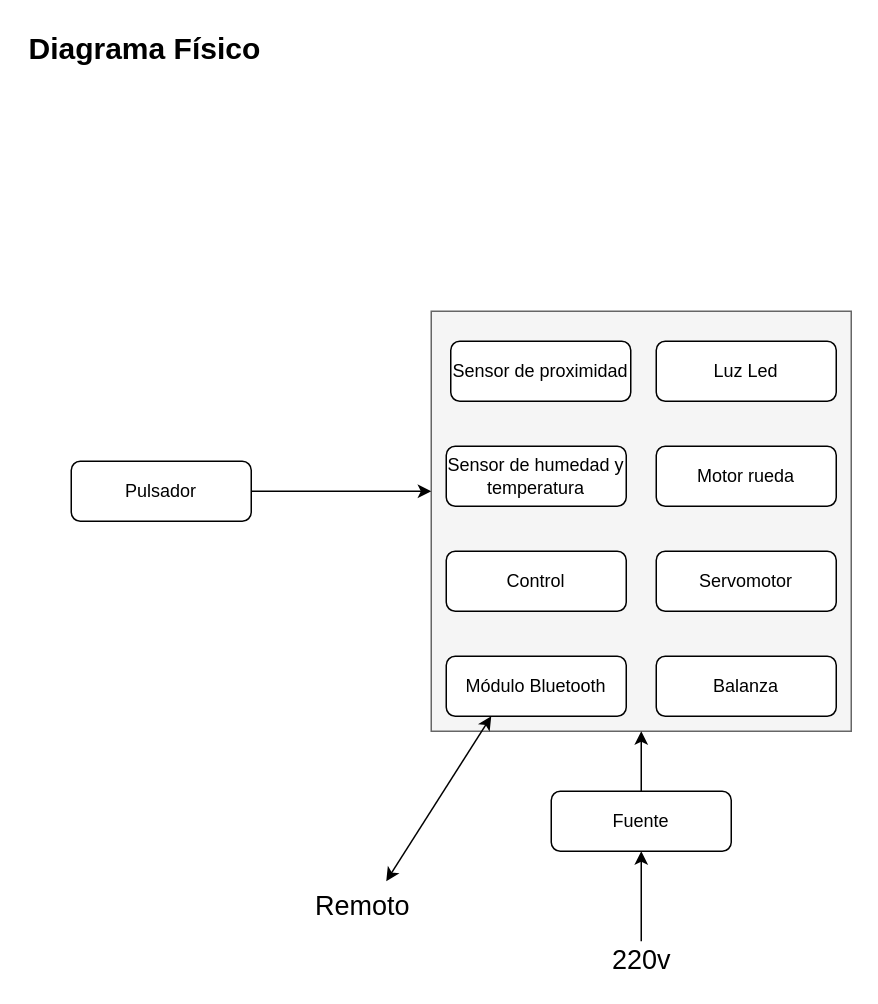
ada-lovelace-progra/AsistenteDeCocina keeps this draw.io diagram as Sistema-Embebido/Diagramas/Físico.drawio. Above is the earlier version. Source tidied: cells renumbered, new cells numbered last; positions are measured from the earlier drawing's top-left corner, leaving out a move shared by most shapes. Both pictures are drawn from the tidied source at 150%, with x=0, y=0 at pixel (26, 26).
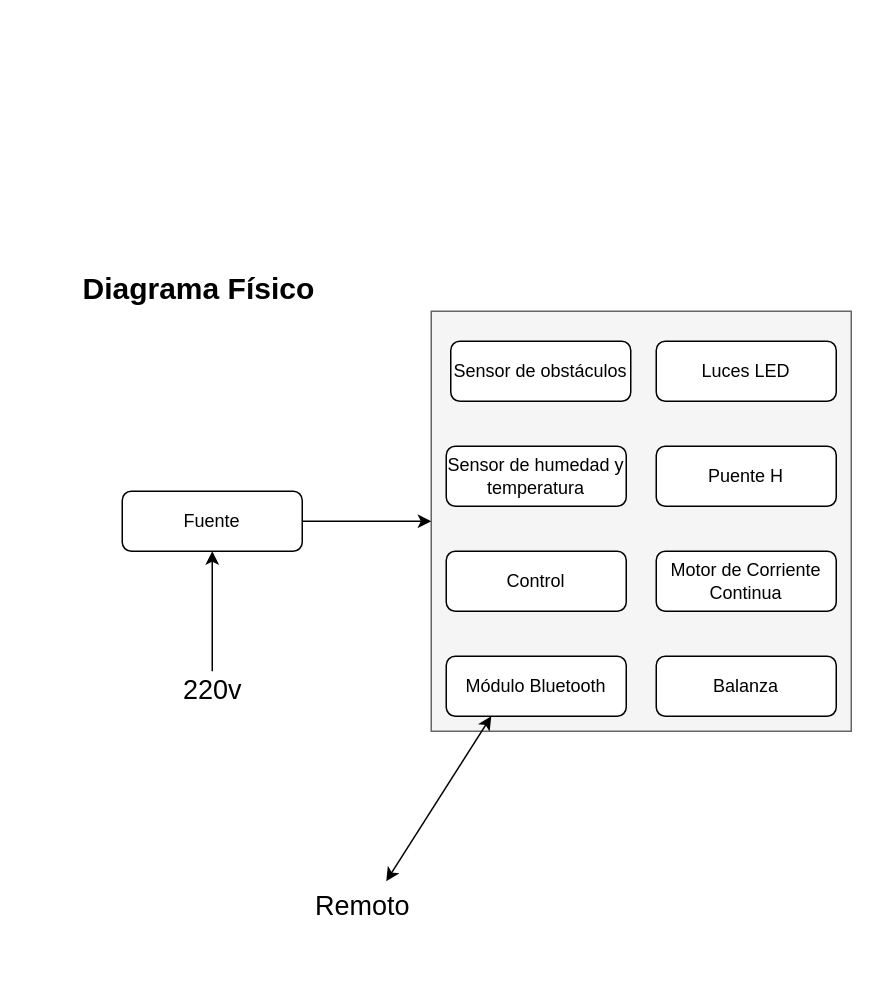
The same diagram, later.

Unchanged cells that the change refers to:
```xml
<mxCell id="2" style="rounded=0;whiteSpace=wrap;html=1;align=center;fillColor=#f5f5f5;strokeColor=#666666;fontColor=#333333;" parent="1" vertex="1">
  <mxGeometry x="270" y="190" width="280" height="280" as="geometry" />
</mxCell>
```

Diff of the diagram source:
```diff
@@
     <mxCell id="3" value="Diagrama Físico" style="text;html=1;align=left;verticalAlign=top;spacingTop=-4;fontSize=20;fontStyle=1;" parent="1" vertex="1">
-      <mxGeometry width="160" height="30" as="geometry" />
+      <mxGeometry x="36" y="160" width="160" height="30" as="geometry" />
     </mxCell>
-    <mxCell id="4" style="edgeStyle=orthogonalEdgeStyle;rounded=0;jettySize=auto;html=1;exitX=1;exitY=0.5;exitDx=0;exitDy=0;entryX=0;entryY=0.5;entryDx=0;entryDy=0;startArrow=none;startFill=0;" parent="1" edge="1" source="5">
-      <mxGeometry relative="1" as="geometry">
-        <mxPoint x="270" y="310" as="targetPoint" />
-      </mxGeometry>
-    </mxCell>
-    <mxCell id="5" value="Pulsador" style="rounded=1;whiteSpace=wrap;html=1;" parent="1" vertex="1">
-      <mxGeometry x="30" y="290" width="120" height="40" as="geometry" />
-    </mxCell>
@@
-    <mxCell id="11" value="Sensor de proximidad" style="rounded=1;whiteSpace=wrap;html=1;" parent="1" vertex="1">
+    <mxCell id="11" value="Sensor de obstáculos" style="rounded=1;whiteSpace=wrap;html=1;" parent="1" vertex="1">
       <mxGeometry x="283" y="210" width="120" height="40" as="geometry" />
     </mxCell>
@@
-    <mxCell id="13" value="Servomotor" style="rounded=1;whiteSpace=wrap;html=1;" parent="1" vertex="1">
+    <mxCell id="13" value="Motor de Corriente Continua" style="rounded=1;whiteSpace=wrap;html=1;" parent="1" vertex="1">
       <mxGeometry x="420" y="350" width="120" height="40" as="geometry" />
     </mxCell>
-    <mxCell id="14" value="Motor rueda" style="rounded=1;whiteSpace=wrap;html=1;" parent="1" vertex="1">
+    <mxCell id="14" value="Puente H" style="rounded=1;whiteSpace=wrap;html=1;" parent="1" vertex="1">
       <mxGeometry x="420" y="280" width="120" height="40" as="geometry" />
     </mxCell>
-    <mxCell id="15" value="Luz Led" style="rounded=1;whiteSpace=wrap;html=1;" parent="1" vertex="1">
+    <mxCell id="15" value="Luces LED" style="rounded=1;whiteSpace=wrap;html=1;" parent="1" vertex="1">
       <mxGeometry x="420" y="210" width="120" height="40" as="geometry" />
     </mxCell>
-    <mxCell id="16" style="edgeStyle=orthogonalEdgeStyle;rounded=0;jettySize=auto;html=1;exitX=0.5;exitY=0;exitDx=0;exitDy=0;entryX=0.5;entryY=1;entryDx=0;entryDy=0;startArrow=none;startFill=0;" parent="1" edge="1" source="17" target="2">
+    <mxCell id="16" style="edgeStyle=orthogonalEdgeStyle;rounded=0;jettySize=auto;html=1;exitX=1;exitY=0.5;exitDx=0;exitDy=0;entryX=0;entryY=0.5;entryDx=0;entryDy=0;" parent="1" edge="1" source="17" target="2">
       <mxGeometry relative="1" as="geometry" />
     </mxCell>
     <mxCell id="17" value="Fuente" style="rounded=1;whiteSpace=wrap;html=1;" parent="1" vertex="1">
-      <mxGeometry x="350" y="510" width="120" height="40" as="geometry" />
+      <mxGeometry x="64" y="310" width="120" height="40" as="geometry" />
     </mxCell>
@@
     <mxCell id="19" value="220v" style="text;html=1;points=[];align=center;verticalAlign=top;spacingTop=-4;fontSize=18;" parent="1" vertex="1">
-      <mxGeometry x="390" y="610" width="40" height="20" as="geometry" />
+      <mxGeometry x="104" y="430" width="40" height="20" as="geometry" />
     </mxCell>
```
